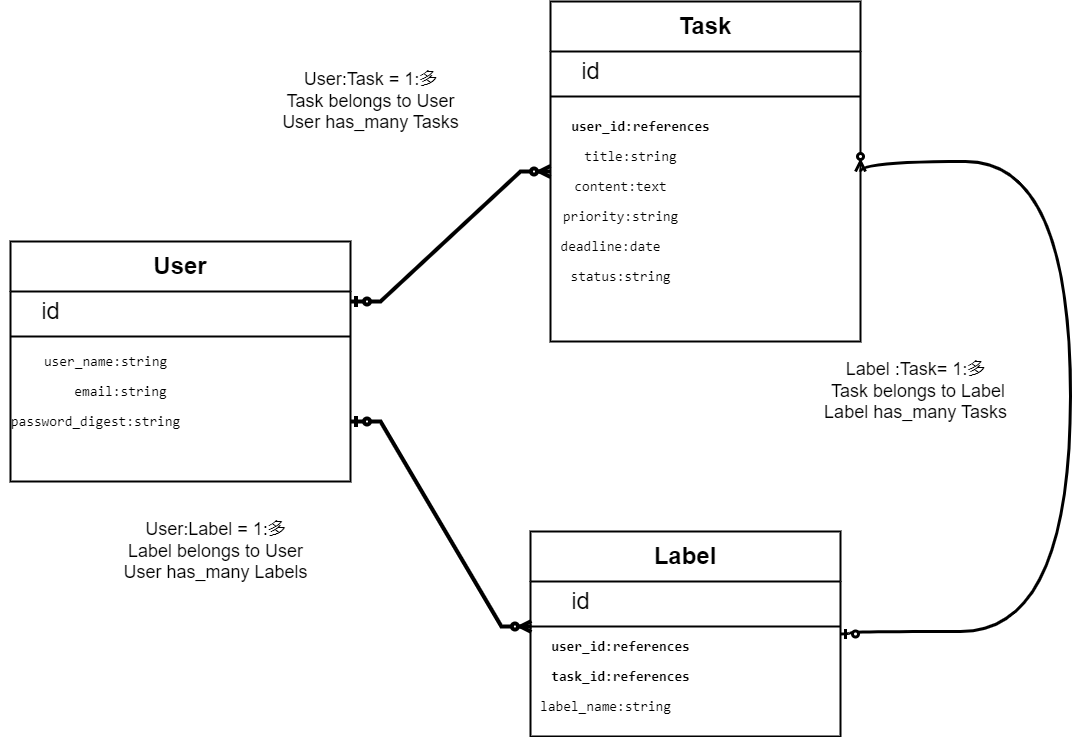
This is app/docs/ER図　万葉課題.png from sakanann/dic_manyoukadai, a draw.io export, as it was before one commit. Source tidied: cells renumbered, new cells last; positions are measured from the earlier drawing's top-left corner, leaving out a move shared by most shapes.
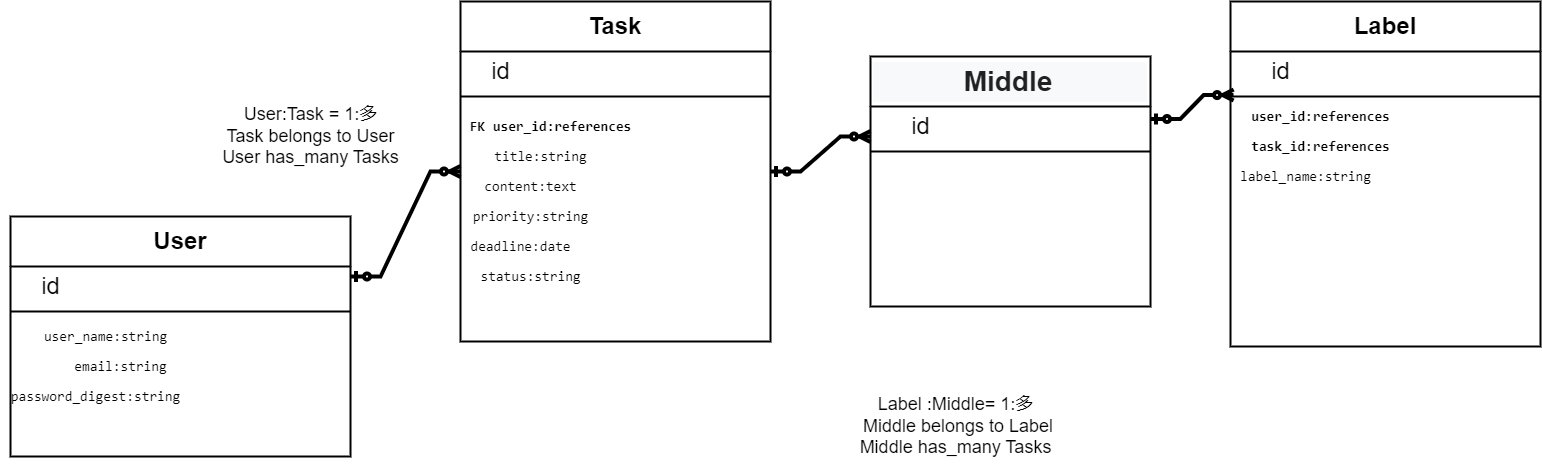
The same file after the commit.

Change to the diagram source:
```diff
@@ -5,9 +5,6 @@
     <mxCell id="2" style="edgeStyle=entityRelationEdgeStyle;fontSize=12;html=1;endArrow=ERzeroToMany;startArrow=ERzeroToOne;rounded=0;entryX=0;entryY=0.5;entryDx=0;entryDy=0;exitX=1;exitY=0.25;exitDx=0;exitDy=0;strokeWidth=4;" parent="1" edge="1" source="4" target="16">
       <mxGeometry x="0.2" y="39" relative="1" as="geometry" />
     </mxCell>
-    <mxCell id="3" style="edgeStyle=entityRelationEdgeStyle;fontSize=12;html=1;endArrow=ERzeroToMany;startArrow=ERzeroToOne;rounded=0;entryX=0.003;entryY=0.5;entryDx=0;entryDy=0;entryPerimeter=0;exitX=1;exitY=0.75;exitDx=0;exitDy=0;strokeWidth=4;" parent="1" edge="1" source="4" target="11">
-      <mxGeometry x="0.2" y="39" relative="1" as="geometry" />
-    </mxCell>
     <mxCell id="4" value="&lt;font style=&quot;font-size: 24px;&quot;&gt;User&lt;/font&gt;" style="swimlane;whiteSpace=wrap;html=1;startSize=50;strokeWidth=2;" parent="1" vertex="1">
       <mxGeometry x="10" y="240" width="340" height="240" as="geometry" />
     </mxCell>
@@ -27,7 +24,7 @@
       <mxGeometry x="-10" y="165" width="190" height="30" as="geometry" />
     </mxCell>
     <mxCell id="10" value="&lt;font style=&quot;font-size: 24px;&quot;&gt;Label&lt;/font&gt;" style="swimlane;whiteSpace=wrap;html=1;startSize=50;strokeWidth=2;" parent="1" vertex="1">
-      <mxGeometry x="530" y="530" width="310" height="205" as="geometry" />
+      <mxGeometry x="1230" y="25" width="310" height="345" as="geometry" />
     </mxCell>
     <mxCell id="11" style="line;strokeWidth=2;dashed=0;labelPosition=right;align=left;verticalAlign=middle;spacingTop=0;spacingLeft=6;points=[];portConstraint=eastwest;fontSize=24;" parent="10" vertex="1">
       <mxGeometry y="90" width="310" height="10" as="geometry" />
@@ -45,51 +42,54 @@
       <mxGeometry y="160" width="150" height="30" as="geometry" />
     </mxCell>
     <mxCell id="16" value="&lt;font style=&quot;font-size: 24px;&quot;&gt;Task&lt;/font&gt;" style="swimlane;whiteSpace=wrap;html=1;startSize=50;strokeWidth=2;" parent="1" vertex="1">
-      <mxGeometry x="550" width="310" height="340" as="geometry" />
+      <mxGeometry x="460" y="25" width="310" height="340" as="geometry" />
     </mxCell>
+    <mxCell id="26" value="&lt;font style=&quot;font-size: 18px;&quot;&gt;User:Task = 1:多&lt;br&gt;Task belongs to User&lt;br&gt;User has_many Tasks&lt;br&gt;&lt;/font&gt;" style="text;html=1;align=center;verticalAlign=middle;strokeColor=none;fillColor=none;fontSize=10;fontColor=#000000;" parent="1" vertex="1">
+      <mxGeometry x="210" y="120" width="200" height="80" as="geometry" />
+    </mxCell>
+    <mxCell id="28" value="&lt;font style=&quot;font-size: 18px;&quot;&gt;Label&amp;nbsp;:Middle= 1:多&lt;br&gt;&amp;nbsp;Middle belongs to Label&lt;br&gt;Middle has_many Tasks&lt;br&gt;&lt;/font&gt;" style="text;html=1;align=center;verticalAlign=middle;strokeColor=none;fillColor=none;fontSize=10;fontColor=#000000;" parent="1" vertex="1">
+      <mxGeometry x="845" y="410" width="220" height="80" as="geometry" />
+    </mxCell>
+    <mxCell id="29" style="edgeStyle=entityRelationEdgeStyle;fontSize=12;html=1;endArrow=ERzeroToMany;startArrow=ERzeroToOne;rounded=0;exitX=1;exitY=0.5;exitDx=0;exitDy=0;strokeWidth=4;" parent="1" edge="1" source="16">
+      <mxGeometry x="0.2" y="39" relative="1" as="geometry">
+        <mxPoint x="870" y="160" as="targetPoint" />
+      </mxGeometry>
+    </mxCell>
+    <mxCell id="30" value="&lt;pre style=&quot;font-size: 28px; line-height: 36px; background-color: rgb(248, 249, 250); border: none; padding: 2px 0.14em 2px 0px; position: relative; margin-top: -2px; margin-bottom: -2px; resize: none; font-family: inherit; overflow: hidden; width: 270px; overflow-wrap: break-word; color: rgb(32, 33, 36);&quot; id=&quot;tw-target-text&quot; class=&quot;tw-data-text tw-text-large tw-ta&quot;&gt;&lt;span style=&quot;&quot; lang=&quot;en&quot; class=&quot;Y2IQFc&quot;&gt;Middle&lt;/span&gt;&lt;/pre&gt;" style="swimlane;whiteSpace=wrap;html=1;startSize=50;strokeWidth=2;align=center;" parent="1" vertex="1">
+      <mxGeometry x="870" y="80" width="280" height="250" as="geometry" />
+    </mxCell>
+    <mxCell id="31" style="line;strokeWidth=2;dashed=0;labelPosition=right;align=left;verticalAlign=middle;spacingTop=0;spacingLeft=6;fontSize=24;" parent="30" vertex="1">
+      <mxGeometry y="90" width="280" height="10" as="geometry" />
+    </mxCell>
+    <mxCell id="32" value="&lt;font style=&quot;font-size: 24px;&quot;&gt;id&lt;/font&gt;" style="text;html=1;align=center;verticalAlign=middle;strokeColor=none;fillColor=none;" parent="30" vertex="1">
+      <mxGeometry x="30" y="50" width="40" height="40" as="geometry" />
+    </mxCell>
+    <mxCell id="33" style="edgeStyle=entityRelationEdgeStyle;fontSize=12;html=1;endArrow=ERzeroToMany;startArrow=ERzeroToOne;rounded=0;exitX=1;exitY=0.25;exitDx=0;exitDy=0;strokeWidth=4;entryX=0.01;entryY=0.357;entryDx=0;entryDy=0;entryPerimeter=0;" parent="1" edge="1" source="30" target="11">
+      <mxGeometry x="0.2" y="39" relative="1" as="geometry" />
+    </mxCell>
-    <mxCell id="17" style="line;strokeWidth=2;dashed=0;labelPosition=right;align=left;verticalAlign=middle;spacingTop=0;spacingLeft=6;fontSize=24;" parent="16" vertex="1">
-      <mxGeometry y="90" width="310" height="10" as="geometry" />
+    <mxCell id="17" style="line;strokeWidth=2;dashed=0;labelPosition=right;align=left;verticalAlign=middle;spacingTop=0;spacingLeft=6;fontSize=24;" parent="1" vertex="1">
+      <mxGeometry x="460" y="115" width="310" height="10" as="geometry" />
     </mxCell>
-    <mxCell id="18" value="&lt;font style=&quot;font-size: 24px;&quot;&gt;id&lt;/font&gt;" style="text;html=1;align=center;verticalAlign=middle;strokeColor=none;fillColor=none;" parent="16" vertex="1">
-      <mxGeometry x="20" y="50" width="40" height="40" as="geometry" />
+    <mxCell id="18" value="&lt;font style=&quot;font-size: 24px;&quot;&gt;id&lt;/font&gt;" style="text;html=1;align=center;verticalAlign=middle;strokeColor=none;fillColor=none;" parent="1" vertex="1">
+      <mxGeometry x="480" y="75" width="40" height="40" as="geometry" />
     </mxCell>
-    <mxCell id="19" value="&lt;div style=&quot;font-family: Consolas, &amp;quot;Courier New&amp;quot;, monospace; font-size: 14px; line-height: 19px;&quot;&gt;&lt;font&gt;user_id:references&lt;/font&gt;&lt;/div&gt;" style="text;html=1;align=center;verticalAlign=middle;strokeColor=none;fillColor=none;fontSize=10;fontColor=#000000;labelBackgroundColor=none;fontStyle=1;" parent="16" vertex="1">
-      <mxGeometry x="10" y="110" width="160" height="30" as="geometry" />
+    <mxCell id="19" value="&lt;div style=&quot;font-family: Consolas, &amp;quot;Courier New&amp;quot;, monospace; font-size: 14px; line-height: 19px;&quot;&gt;&lt;font&gt;FK user_id:references&lt;/font&gt;&lt;/div&gt;" style="text;html=1;align=center;verticalAlign=middle;strokeColor=none;fillColor=none;fontSize=10;fontColor=#000000;labelBackgroundColor=none;fontStyle=1;" parent="1" vertex="1">
+      <mxGeometry x="455" y="135" width="190" height="30" as="geometry" />
     </mxCell>
-    <mxCell id="20" value="&lt;div style=&quot;font-family: Consolas, &amp;quot;Courier New&amp;quot;, monospace; font-size: 14px; line-height: 19px;&quot;&gt;title:string&lt;/div&gt;" style="text;html=1;align=center;verticalAlign=middle;strokeColor=none;fillColor=none;fontSize=10;fontColor=#000000;labelBackgroundColor=none;" parent="16" vertex="1">
-      <mxGeometry x="20" y="140" width="120" height="30" as="geometry" />
+    <mxCell id="20" value="&lt;div style=&quot;font-family: Consolas, &amp;quot;Courier New&amp;quot;, monospace; font-size: 14px; line-height: 19px;&quot;&gt;title:string&lt;/div&gt;" style="text;html=1;align=center;verticalAlign=middle;strokeColor=none;fillColor=none;fontSize=10;fontColor=#000000;labelBackgroundColor=none;" parent="1" vertex="1">
+      <mxGeometry x="480" y="165" width="120" height="30" as="geometry" />
     </mxCell>
-    <mxCell id="21" value="&lt;div style=&quot;font-family: Consolas, &amp;quot;Courier New&amp;quot;, monospace; font-size: 14px; line-height: 19px;&quot;&gt;priority:string&lt;/div&gt;" style="text;html=1;align=center;verticalAlign=middle;strokeColor=none;fillColor=none;fontSize=10;fontColor=#000000;labelBackgroundColor=none;" parent="16" vertex="1">
-      <mxGeometry y="200" width="140" height="30" as="geometry" />
+    <mxCell id="21" value="&lt;div style=&quot;font-family: Consolas, &amp;quot;Courier New&amp;quot;, monospace; font-size: 14px; line-height: 19px;&quot;&gt;priority:string&lt;/div&gt;" style="text;html=1;align=center;verticalAlign=middle;strokeColor=none;fillColor=none;fontSize=10;fontColor=#000000;labelBackgroundColor=none;" parent="1" vertex="1">
+      <mxGeometry x="460" y="225" width="140" height="30" as="geometry" />
     </mxCell>
-    <mxCell id="22" value="&lt;div style=&quot;font-family: Consolas, &amp;quot;Courier New&amp;quot;, monospace; font-size: 14px; line-height: 19px;&quot;&gt;content:text&lt;/div&gt;" style="text;html=1;align=center;verticalAlign=middle;strokeColor=none;fillColor=none;fontSize=10;fontColor=#000000;labelBackgroundColor=none;" parent="16" vertex="1">
-      <mxGeometry x="10" y="170" width="120" height="30" as="geometry" />
+    <mxCell id="22" value="&lt;div style=&quot;font-family: Consolas, &amp;quot;Courier New&amp;quot;, monospace; font-size: 14px; line-height: 19px;&quot;&gt;content:text&lt;/div&gt;" style="text;html=1;align=center;verticalAlign=middle;strokeColor=none;fillColor=none;fontSize=10;fontColor=#000000;labelBackgroundColor=none;" parent="1" vertex="1">
+      <mxGeometry x="470" y="195" width="120" height="30" as="geometry" />
     </mxCell>
-    <mxCell id="23" value="&lt;div style=&quot;font-family: Consolas, &amp;quot;Courier New&amp;quot;, monospace; font-size: 14px; line-height: 19px;&quot;&gt;deadline:date&lt;/div&gt;" style="text;html=1;align=center;verticalAlign=middle;strokeColor=none;fillColor=none;fontSize=10;fontColor=#000000;labelBackgroundColor=none;" parent="16" vertex="1">
-      <mxGeometry y="230" width="120" height="30" as="geometry" />
+    <mxCell id="23" value="&lt;div style=&quot;font-family: Consolas, &amp;quot;Courier New&amp;quot;, monospace; font-size: 14px; line-height: 19px;&quot;&gt;deadline:date&lt;/div&gt;" style="text;html=1;align=center;verticalAlign=middle;strokeColor=none;fillColor=none;fontSize=10;fontColor=#000000;labelBackgroundColor=none;" parent="1" vertex="1">
+      <mxGeometry x="460" y="255" width="120" height="30" as="geometry" />
     </mxCell>
-    <mxCell id="24" value="&lt;div style=&quot;font-family: Consolas, &amp;quot;Courier New&amp;quot;, monospace; font-size: 14px; line-height: 19px;&quot;&gt;status:string&lt;/div&gt;" style="text;html=1;align=center;verticalAlign=middle;strokeColor=none;fillColor=none;fontSize=10;fontColor=#000000;labelBackgroundColor=none;" parent="16" vertex="1">
-      <mxGeometry x="10" y="260" width="120" height="30" as="geometry" />
+    <mxCell id="24" value="&lt;div style=&quot;font-family: Consolas, &amp;quot;Courier New&amp;quot;, monospace; font-size: 14px; line-height: 19px;&quot;&gt;status:string&lt;/div&gt;" style="text;html=1;align=center;verticalAlign=middle;strokeColor=none;fillColor=none;fontSize=10;fontColor=#000000;labelBackgroundColor=none;" parent="1" vertex="1">
+      <mxGeometry x="470" y="285" width="120" height="30" as="geometry" />
     </mxCell>
-    <mxCell id="25" style="edgeStyle=orthogonalEdgeStyle;fontSize=12;html=1;endArrow=ERzeroToMany;startArrow=ERzeroToOne;rounded=0;curved=1;entryX=1;entryY=0.5;entryDx=0;entryDy=0;strokeWidth=3;exitX=1;exitY=0.5;exitDx=0;exitDy=0;" parent="1" edge="1" source="10" target="16">
-      <mxGeometry relative="1" as="geometry">
-        <Array as="points">
-          <mxPoint x="850" y="633" />
-          <mxPoint x="850" y="630" />
-          <mxPoint x="1070" y="630" />
-          <mxPoint x="1070" y="160" />
-          <mxPoint x="860" y="160" />
-        </Array>
-      </mxGeometry>
-    </mxCell>
-    <mxCell id="26" value="&lt;font style=&quot;font-size: 18px;&quot;&gt;User:Task = 1:多&lt;br&gt;Task belongs to User&lt;br&gt;User has_many Tasks&lt;br&gt;&lt;/font&gt;" style="text;html=1;align=center;verticalAlign=middle;strokeColor=none;fillColor=none;fontSize=10;fontColor=#000000;" parent="1" vertex="1">
-      <mxGeometry x="270" y="60" width="200" height="80" as="geometry" />
-    </mxCell>
-    <mxCell id="27" value="&lt;font style=&quot;font-size: 18px;&quot;&gt;User:Label = 1:多&lt;br&gt;Label belongs to User&lt;br&gt;User has_many Labels&lt;br&gt;&lt;/font&gt;" style="text;html=1;align=center;verticalAlign=middle;strokeColor=none;fillColor=none;fontSize=10;fontColor=#000000;" parent="1" vertex="1">
-      <mxGeometry x="110" y="510" width="210" height="80" as="geometry" />
-    </mxCell>
-    <mxCell id="28" value="&lt;font style=&quot;font-size: 18px;&quot;&gt;Label&amp;nbsp;:Task= 1:多&lt;br&gt;&amp;nbsp;Task belongs to Label&lt;br&gt;Label has_many Tasks&lt;br&gt;&lt;/font&gt;" style="text;html=1;align=center;verticalAlign=middle;strokeColor=none;fillColor=none;fontSize=10;fontColor=#000000;" parent="1" vertex="1">
-      <mxGeometry x="810" y="350" width="210" height="80" as="geometry" />
-    </mxCell>
   </root>
 </mxGraphModel>
```
